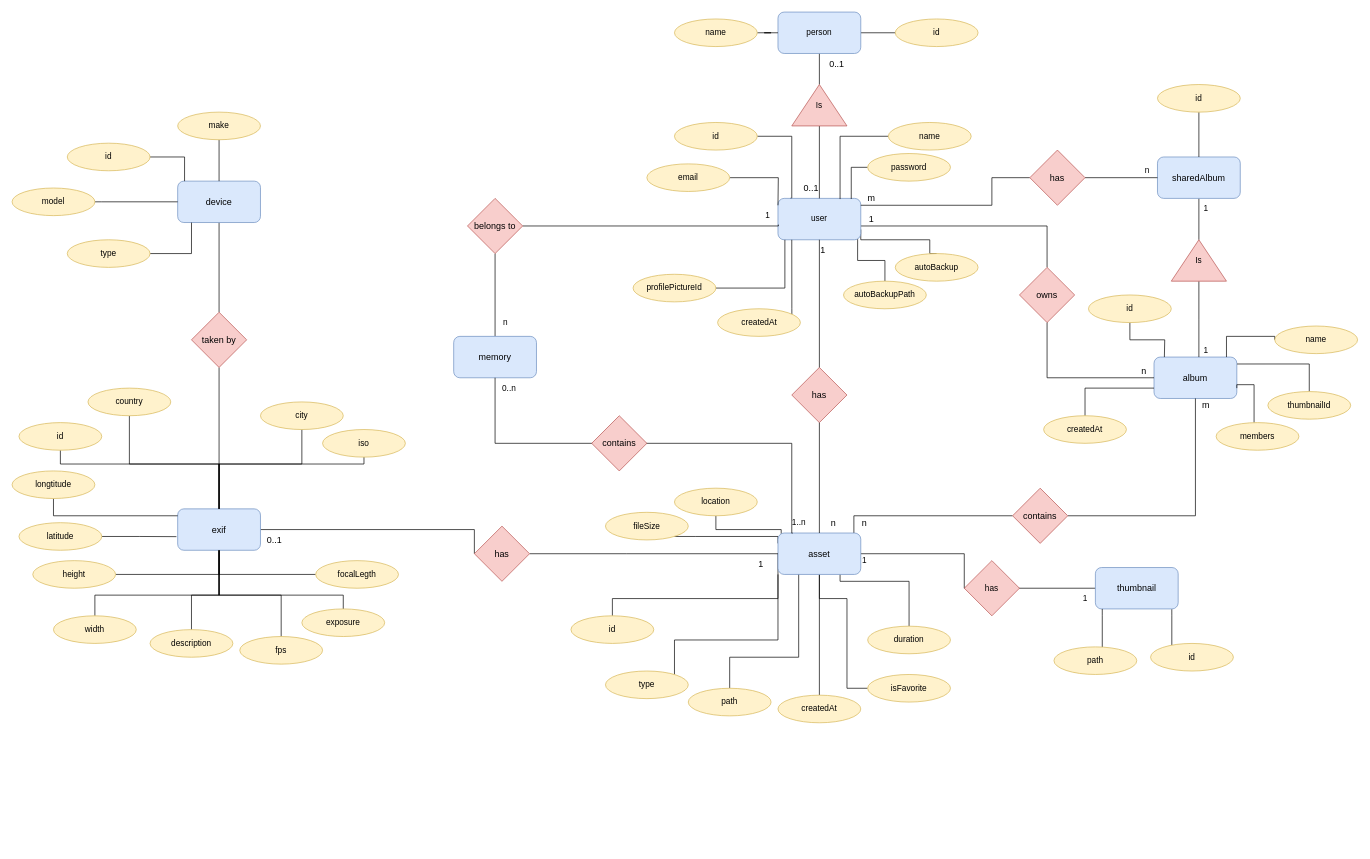
Above: db.drawio in toniker/db (draw.io), before the change. Source tidied: cells renumbered, new cells numbered last; positions are measured from the earlier drawing's top-left corner, leaving out a move shared by most shapes. Both pictures are drawn from the tidied source at 69%, with x=0, y=0 at pixel (12, 12).
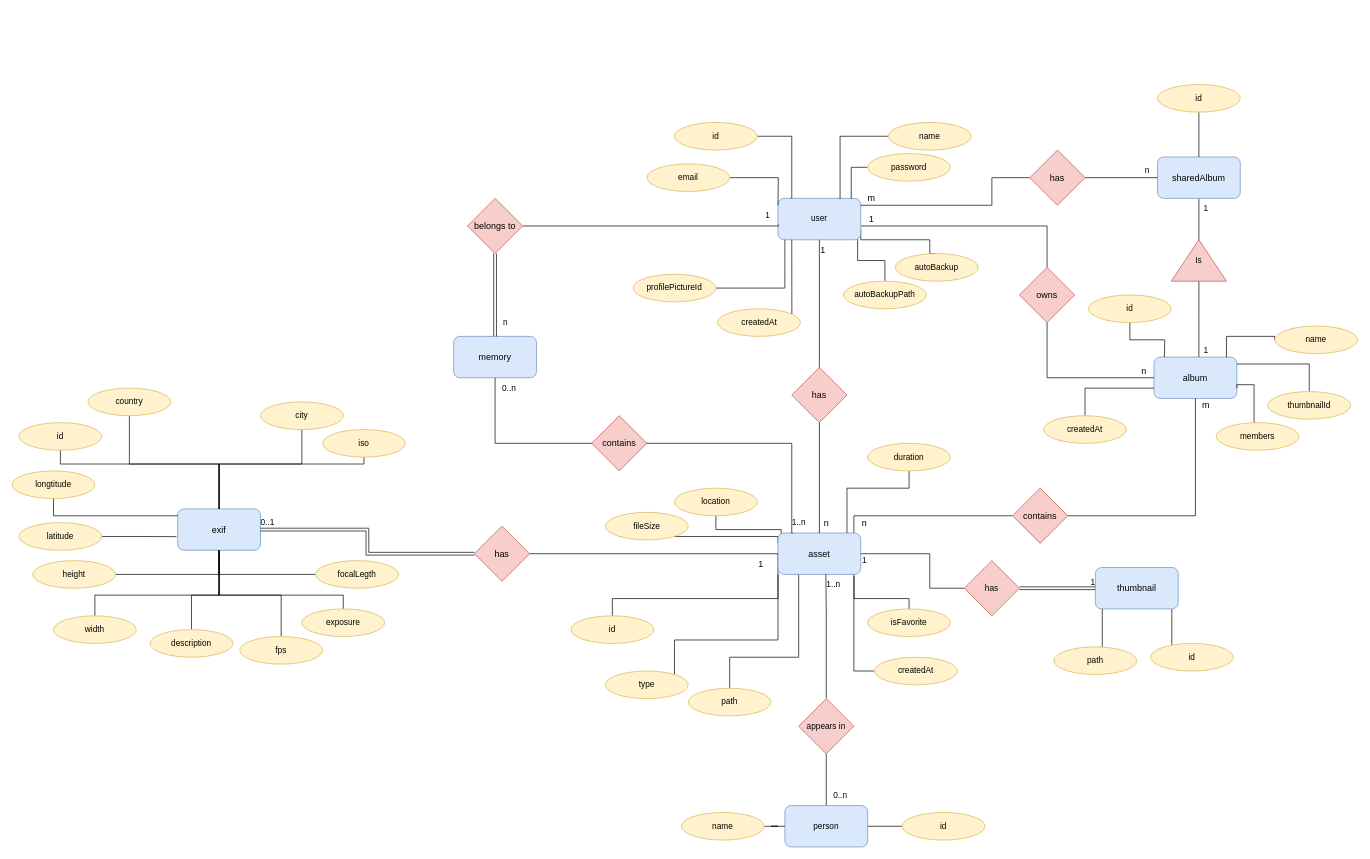
Above is the later version.

Unchanged cells that the change refers to:
```xml
<mxCell id="6" value="user" style="rounded=1;whiteSpace=wrap;html=1;fillColor=#dae8fc;strokeColor=#6c8ebf;" parent="1" vertex="1">
  <mxGeometry x="1110" y="270" width="120" height="60" as="geometry" />
</mxCell>
<mxCell id="53" value="asset" style="rounded=1;whiteSpace=wrap;html=1;fontSize=13;fillColor=#dae8fc;strokeColor=#6c8ebf;" parent="1" vertex="1">
  <mxGeometry x="1110" y="755" width="120" height="60" as="geometry" />
</mxCell>
<mxCell id="60" value="thumbnail" style="rounded=1;whiteSpace=wrap;html=1;fontSize=13;fillColor=#dae8fc;strokeColor=#6c8ebf;" parent="1" vertex="1">
  <mxGeometry x="1570" y="805" width="120" height="60" as="geometry" />
</mxCell>
<mxCell id="78" value="exif" style="rounded=1;whiteSpace=wrap;html=1;fontSize=13;fillColor=#dae8fc;strokeColor=#6c8ebf;" parent="1" vertex="1">
  <mxGeometry x="240" y="720" width="120" height="60" as="geometry" />
</mxCell>
<mxCell id="114" value="has" style="rhombus;whiteSpace=wrap;html=1;fontSize=13;fillColor=#f8cecc;strokeColor=#b85450;" parent="1" vertex="1">
  <mxGeometry x="670" y="745" width="80" height="80" as="geometry" />
</mxCell>
<mxCell id="121" value="has" style="rhombus;whiteSpace=wrap;html=1;fillColor=#f8cecc;strokeColor=#b85450;" parent="1" vertex="1">
  <mxGeometry x="1380" y="795" width="80" height="80" as="geometry" />
</mxCell>
<mxCell id="123" value="memory" style="rounded=1;whiteSpace=wrap;html=1;fontSize=13;fillColor=#dae8fc;strokeColor=#6c8ebf;" parent="1" vertex="1">
  <mxGeometry x="640" y="470" width="120" height="60" as="geometry" />
</mxCell>
<mxCell id="128" value="belongs to" style="rhombus;whiteSpace=wrap;html=1;fontSize=13;fillColor=#f8cecc;strokeColor=#b85450;" parent="1" vertex="1">
  <mxGeometry x="660" y="270" width="80" height="80" as="geometry" />
</mxCell>
```

The edit, as a diff of the source:
```diff
@@
-    <mxCell id="37" style="edgeStyle=orthogonalEdgeStyle;rounded=0;jettySize=auto;html=1;entryX=0.5;entryY=1;entryDx=0;entryDy=0;strokeColor=default;fontSize=13;endArrow=none;endFill=0;" parent="1" edge="1" source="38" target="53">
+    <mxCell id="37" style="edgeStyle=orthogonalEdgeStyle;rounded=0;jettySize=auto;html=1;entryX=0.919;entryY=1.039;entryDx=0;entryDy=0;strokeColor=default;fontSize=13;endArrow=none;endFill=0;entryPerimeter=0;" parent="1" edge="1" source="38" target="53">
       <mxGeometry relative="1" as="geometry">
         <Array as="points">
-          <mxPoint x="1210" y="850" />
-          <mxPoint x="1170" y="850" />
+          <mxPoint x="1300" y="850" />
+          <mxPoint x="1220" y="850" />
         </Array>
       </mxGeometry>
     </mxCell>
     <mxCell id="38" value="isFavorite" style="ellipse;whiteSpace=wrap;html=1;fillColor=#fff2cc;strokeColor=#d6b656;" parent="1" vertex="1">
-      <mxGeometry x="1240" y="960" width="120" height="40" as="geometry" />
+      <mxGeometry x="1240" y="865" width="120" height="40" as="geometry" />
     </mxCell>
@@
-    <mxCell id="43" style="edgeStyle=orthogonalEdgeStyle;rounded=0;jettySize=auto;html=1;entryX=0.75;entryY=1;entryDx=0;entryDy=0;strokeColor=default;fontSize=13;endArrow=none;endFill=0;" parent="1" edge="1" source="44" target="53">
+    <mxCell id="43" style="edgeStyle=orthogonalEdgeStyle;rounded=0;jettySize=auto;html=1;entryX=0.85;entryY=0.005;entryDx=0;entryDy=0;strokeColor=default;fontSize=13;endArrow=none;endFill=0;entryPerimeter=0;" parent="1" edge="1" source="44" target="53">
       <mxGeometry relative="1" as="geometry">
         <Array as="points">
-          <mxPoint x="1200" y="825" />
+          <mxPoint x="1300" y="690" />
+          <mxPoint x="1210" y="690" />
+          <mxPoint x="1210" y="755" />
         </Array>
       </mxGeometry>
     </mxCell>
     <mxCell id="44" value="duration" style="ellipse;whiteSpace=wrap;html=1;fillColor=#fff2cc;strokeColor=#d6b656;" parent="1" vertex="1">
-      <mxGeometry x="1240" y="890" width="120" height="40" as="geometry" />
+      <mxGeometry x="1240" y="625" width="120" height="40" as="geometry" />
     </mxCell>
-    <mxCell id="45" style="edgeStyle=orthogonalEdgeStyle;rounded=0;jettySize=auto;html=1;strokeColor=default;fontSize=13;endArrow=none;endFill=0;" parent="1" edge="1" source="46" target="53">
+    <mxCell id="45" style="edgeStyle=orthogonalEdgeStyle;rounded=0;jettySize=auto;html=1;strokeColor=default;fontSize=13;endArrow=none;endFill=0;entryX=0.907;entryY=0.998;entryDx=0;entryDy=0;entryPerimeter=0;" parent="1" edge="1" source="46" target="53">
       <mxGeometry relative="1" as="geometry">
         <Array as="points">
-          <mxPoint x="1170" y="910" />
-          <mxPoint x="1170" y="910" />
+          <mxPoint x="1220" y="815" />
         </Array>
       </mxGeometry>
     </mxCell>
     <mxCell id="46" value="createdAt" style="ellipse;whiteSpace=wrap;html=1;fillColor=#fff2cc;strokeColor=#d6b656;" parent="1" vertex="1">
-      <mxGeometry x="1110" y="990" width="120" height="40" as="geometry" />
+      <mxGeometry x="1250" y="935" width="120" height="40" as="geometry" />
     </mxCell>
@@
-    <mxCell id="52" style="edgeStyle=orthogonalEdgeStyle;rounded=0;jettySize=auto;html=1;strokeWidth=1;startArrow=none;startFill=0;endArrow=none;endFill=0;" parent="1" edge="1" source="53" target="60">
-      <mxGeometry relative="1" as="geometry">
-        <Array as="points">
-          <mxPoint x="1380" y="785" />
-          <mxPoint x="1380" y="835" />
-        </Array>
-      </mxGeometry>
-    </mxCell>
@@
-    <mxCell id="65" style="edgeStyle=orthogonalEdgeStyle;rounded=0;jettySize=auto;html=1;entryX=1;entryY=0.5;entryDx=0;entryDy=0;strokeColor=default;fontSize=13;endArrow=none;endFill=0;" parent="1" edge="1" source="67" target="145">
-      <mxGeometry relative="1" as="geometry" />
-    </mxCell>
@@
+    <mxCell id="147" style="edgeStyle=orthogonalEdgeStyle;rounded=0;jettySize=auto;html=1;entryX=0.5;entryY=1;entryDx=0;entryDy=0;strokeColor=default;endArrow=none;endFill=0;" parent="1" edge="1" source="67" target="153">
+      <mxGeometry relative="1" as="geometry" />
+    </mxCell>
     <mxCell id="67" value="person&lt;br&gt;" style="rounded=1;whiteSpace=wrap;html=1;fillColor=#dae8fc;strokeColor=#6c8ebf;" parent="1" vertex="1">
-      <mxGeometry x="1110" width="120" height="60" as="geometry" />
+      <mxGeometry x="1120" y="1150" width="120" height="60" as="geometry" />
     </mxCell>
     <mxCell id="68" value="id" style="ellipse;whiteSpace=wrap;html=1;fillColor=#fff2cc;strokeColor=#d6b656;" parent="1" vertex="1">
-      <mxGeometry x="1280" y="10" width="120" height="40" as="geometry" />
+      <mxGeometry x="1290" y="1160" width="120" height="40" as="geometry" />
     </mxCell>
@@
     <mxCell id="70" value="name" style="ellipse;whiteSpace=wrap;html=1;fillColor=#fff2cc;strokeColor=#d6b656;" parent="1" vertex="1">
-      <mxGeometry x="960" y="10" width="120" height="40" as="geometry" />
+      <mxGeometry x="970" y="1160" width="120" height="40" as="geometry" />
     </mxCell>
-    <mxCell id="71" style="edgeStyle=orthogonalEdgeStyle;rounded=0;jettySize=auto;html=1;strokeColor=default;fontSize=13;endArrow=none;endFill=0;exitX=0;exitY=0.5;exitDx=0;exitDy=0;" parent="1" edge="1" source="145" target="6">
-      <mxGeometry relative="1" as="geometry" />
-    </mxCell>
-    <mxCell id="72" value="0..1" style="text;html=1;align=center;verticalAlign=middle;strokeColor=none;fillColor=none;fontSize=13;" parent="1" vertex="1">
-      <mxGeometry x="1170" y="60" width="50" height="30" as="geometry" />
-    </mxCell>
-    <mxCell id="73" value="0..1" style="text;html=1;align=center;verticalAlign=middle;strokeColor=none;fillColor=none;fontSize=13;" parent="1" vertex="1">
-      <mxGeometry x="1132.5" y="240" width="50" height="30" as="geometry" />
-    </mxCell>
@@
     <mxCell id="76" value="n" style="text;html=1;align=center;verticalAlign=middle;strokeColor=none;fillColor=none;fontSize=13;" parent="1" vertex="1">
-      <mxGeometry x="1175" y="725" width="30" height="30" as="geometry" />
+      <mxGeometry x="1165" y="725" width="30" height="30" as="geometry" />
     </mxCell>
-    <mxCell id="77" style="edgeStyle=orthogonalEdgeStyle;rounded=0;jettySize=auto;html=1;entryX=0;entryY=0.5;entryDx=0;entryDy=0;strokeColor=default;fontSize=13;endArrow=none;endFill=0;" parent="1" edge="1" source="78" target="114">
-      <mxGeometry relative="1" as="geometry">
-        <Array as="points">
-          <mxPoint x="670" y="750" />
-        </Array>
-      </mxGeometry>
-    </mxCell>
@@
-    <mxCell id="103" style="edgeStyle=orthogonalEdgeStyle;rounded=0;jettySize=auto;html=1;entryX=0.5;entryY=0;entryDx=0;entryDy=0;strokeColor=default;fontSize=13;endArrow=none;endFill=0;" parent="1" edge="1" source="104" target="118">
-      <mxGeometry relative="1" as="geometry" />
-    </mxCell>
-    <mxCell id="104" value="device" style="rounded=1;whiteSpace=wrap;html=1;fontSize=13;fillColor=#dae8fc;strokeColor=#6c8ebf;" parent="1" vertex="1">
-      <mxGeometry x="240" y="245" width="120" height="60" as="geometry" />
-    </mxCell>
-    <mxCell id="105" style="edgeStyle=orthogonalEdgeStyle;rounded=0;jettySize=auto;html=1;entryX=0.083;entryY=0;entryDx=0;entryDy=0;entryPerimeter=0;strokeColor=default;fontSize=13;endArrow=none;endFill=0;exitX=1;exitY=0.5;exitDx=0;exitDy=0;" parent="1" edge="1" source="106" target="104">
-      <mxGeometry relative="1" as="geometry">
-        <Array as="points">
-          <mxPoint x="250" y="210" />
-        </Array>
-      </mxGeometry>
-    </mxCell>
-    <mxCell id="106" value="id" style="ellipse;whiteSpace=wrap;html=1;fillColor=#fff2cc;strokeColor=#d6b656;" parent="1" vertex="1">
-      <mxGeometry x="80" y="190" width="120" height="40" as="geometry" />
-    </mxCell>
-    <mxCell id="107" style="edgeStyle=orthogonalEdgeStyle;rounded=0;jettySize=auto;html=1;exitX=1;exitY=0.5;exitDx=0;exitDy=0;entryX=0;entryY=0.5;entryDx=0;entryDy=0;strokeColor=default;fontSize=13;endArrow=none;endFill=0;" parent="1" edge="1" source="108" target="104">
-      <mxGeometry relative="1" as="geometry">
-        <Array as="points">
-          <mxPoint x="130" y="275" />
-          <mxPoint x="130" y="275" />
-        </Array>
-      </mxGeometry>
-    </mxCell>
-    <mxCell id="108" value="model" style="ellipse;whiteSpace=wrap;html=1;fillColor=#fff2cc;strokeColor=#d6b656;" parent="1" vertex="1">
-      <mxGeometry y="255" width="120" height="40" as="geometry" />
-    </mxCell>
-    <mxCell id="109" style="edgeStyle=orthogonalEdgeStyle;rounded=0;jettySize=auto;html=1;entryX=0.5;entryY=0;entryDx=0;entryDy=0;strokeColor=default;fontSize=13;endArrow=none;endFill=0;" parent="1" edge="1" source="110" target="104">
-      <mxGeometry relative="1" as="geometry" />
-    </mxCell>
-    <mxCell id="110" value="make" style="ellipse;whiteSpace=wrap;html=1;fillColor=#fff2cc;strokeColor=#d6b656;" parent="1" vertex="1">
-      <mxGeometry x="240" y="145" width="120" height="40" as="geometry" />
-    </mxCell>
-    <mxCell id="111" style="edgeStyle=orthogonalEdgeStyle;rounded=0;jettySize=auto;html=1;exitX=1;exitY=0.5;exitDx=0;exitDy=0;strokeColor=default;fontSize=13;endArrow=none;endFill=0;entryX=0.167;entryY=1.002;entryDx=0;entryDy=0;entryPerimeter=0;" parent="1" edge="1" source="112" target="104">
-      <mxGeometry relative="1" as="geometry">
-        <Array as="points">
-          <mxPoint x="260" y="350" />
-        </Array>
-      </mxGeometry>
-    </mxCell>
-    <mxCell id="112" value="type" style="ellipse;whiteSpace=wrap;html=1;fillColor=#fff2cc;strokeColor=#d6b656;" parent="1" vertex="1">
-      <mxGeometry x="80" y="330" width="120" height="40" as="geometry" />
-    </mxCell>
@@
-    <mxCell id="116" value="0..1" style="text;html=1;align=center;verticalAlign=middle;strokeColor=none;fillColor=none;fontSize=13;" parent="1" vertex="1">
-      <mxGeometry x="355" y="750" width="50" height="30" as="geometry" />
-    </mxCell>
-    <mxCell id="117" style="edgeStyle=orthogonalEdgeStyle;rounded=0;jettySize=auto;html=1;exitX=0.5;exitY=1;exitDx=0;exitDy=0;entryX=0.5;entryY=0;entryDx=0;entryDy=0;strokeColor=default;fontSize=13;endArrow=none;endFill=0;" parent="1" edge="1" source="118" target="78">
-      <mxGeometry relative="1" as="geometry" />
-    </mxCell>
-    <mxCell id="118" value="taken by" style="rhombus;whiteSpace=wrap;html=1;fontSize=13;fillColor=#f8cecc;strokeColor=#b85450;" parent="1" vertex="1">
-      <mxGeometry x="260" y="435" width="80" height="80" as="geometry" />
-    </mxCell>
@@
-    <mxCell id="120" value="1" style="text;html=1;align=center;verticalAlign=middle;strokeColor=none;fillColor=none;" parent="1" vertex="1">
-      <mxGeometry x="1540" y="835" width="30" height="30" as="geometry" />
-    </mxCell>
+    <mxCell id="148" style="edgeStyle=orthogonalEdgeStyle;rounded=0;jettySize=auto;html=1;strokeColor=default;endArrow=none;endFill=0;" parent="1" edge="1" source="121" target="53">
+      <mxGeometry relative="1" as="geometry">
+        <Array as="points">
+          <mxPoint x="1330" y="835" />
+          <mxPoint x="1330" y="785" />
+        </Array>
+      </mxGeometry>
+    </mxCell>
@@
-    <mxCell id="122" style="edgeStyle=orthogonalEdgeStyle;rounded=0;jettySize=auto;html=1;entryX=0.5;entryY=1;entryDx=0;entryDy=0;strokeWidth=1;startArrow=none;startFill=0;endArrow=none;endFill=0;" parent="1" edge="1" source="123" target="128">
-      <mxGeometry relative="1" as="geometry" />
-    </mxCell>
@@
-    <mxCell id="145" value="Is" style="triangle;whiteSpace=wrap;html=1;direction=north;fillColor=#f8cecc;strokeColor=#b85450;" parent="1" vertex="1">
-      <mxGeometry x="1130" y="105" width="80" height="60" as="geometry" />
-    </mxCell>
@@
+    <mxCell id="149" style="shape=link;html=1;rounded=0;exitX=0.5;exitY=1;exitDx=0;exitDy=0;entryX=0.5;entryY=0;entryDx=0;entryDy=0;" parent="1" edge="1" source="128" target="123">
+      <mxGeometry relative="1" as="geometry" />
+    </mxCell>
+    <mxCell id="150" style="shape=link;html=1;rounded=0;entryX=0;entryY=0.5;entryDx=0;entryDy=0;exitX=1;exitY=0.5;exitDx=0;exitDy=0;" parent="1" edge="1" source="121" target="60">
+      <mxGeometry relative="1" as="geometry" />
+    </mxCell>
+    <mxCell id="120" value="1" style="html=1;align=right;verticalAlign=bottom;" parent="150" vertex="1">
+      <mxGeometry x="1" relative="1" as="geometry" />
+    </mxCell>
+    <mxCell id="151" style="shape=link;html=1;rounded=0;strokeColor=default;endArrow=none;endFill=0;entryX=1;entryY=0.5;entryDx=0;entryDy=0;exitX=0;exitY=0.5;exitDx=0;exitDy=0;edgeStyle=orthogonalEdgeStyle;" parent="1" edge="1" source="114" target="78">
+      <mxGeometry relative="1" as="geometry" />
+    </mxCell>
+    <mxCell id="152" style="edgeStyle=orthogonalEdgeStyle;rounded=0;jettySize=auto;html=1;entryX=0.578;entryY=0.995;entryDx=0;entryDy=0;entryPerimeter=0;strokeColor=default;endArrow=none;endFill=0;" parent="1" edge="1" source="153" target="53">
+      <mxGeometry relative="1" as="geometry">
+        <Array as="points">
+          <mxPoint x="1180" y="870" />
+          <mxPoint x="1180" y="870" />
+        </Array>
+      </mxGeometry>
+    </mxCell>
+    <mxCell id="153" value="appears in" style="rhombus;whiteSpace=wrap;html=1;fillColor=#f8cecc;strokeColor=#b85450;" parent="1" vertex="1">
+      <mxGeometry x="1140" y="995" width="80" height="80" as="geometry" />
+    </mxCell>
+    <mxCell id="154" value="0..n" style="text;html=1;align=center;verticalAlign=middle;strokeColor=none;fillColor=none;" parent="1" vertex="1">
+      <mxGeometry x="1180" y="1120" width="40" height="30" as="geometry" />
+    </mxCell>
+    <mxCell id="155" value="1..n" style="text;html=1;align=center;verticalAlign=middle;strokeColor=none;fillColor=none;" parent="1" vertex="1">
+      <mxGeometry x="1170" y="815" width="40" height="30" as="geometry" />
+    </mxCell>
+    <mxCell id="156" value="0..1" style="text;html=1;align=center;verticalAlign=middle;strokeColor=none;fillColor=none;" parent="1" vertex="1">
+      <mxGeometry x="350" y="725" width="40" height="30" as="geometry" />
+    </mxCell>
```
